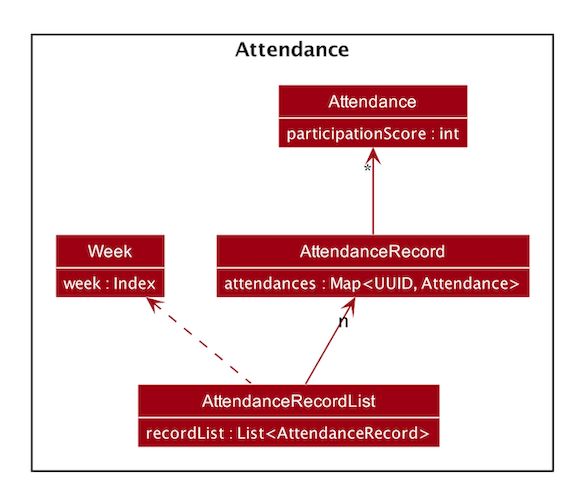
ypinhsuan/tp keeps this PlantUML diagram as docs/images/AttendanceClassDiagram.png. Above is the earlier version. Its source is kept beside it as docs/diagrams/AttendanceClassDiagram.puml.
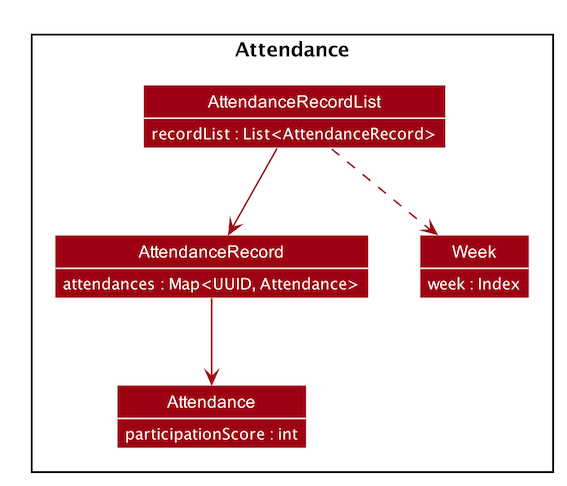
After the commit.

Diff of the diagram source:
```diff
@@ -25,8 +25,8 @@
 week : Index
 }
 
-AttendanceRecord "n" <-- AttendanceRecordList
-Attendance "*" <-- AttendanceRecord
-Week <.. AttendanceRecordList
+AttendanceRecord <-down- AttendanceRecordList
+Attendance <-down- AttendanceRecord
+Week <.down. AttendanceRecordList
 }
 @enduml
```
